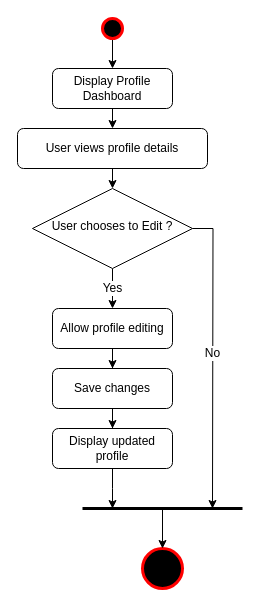
This is page "Profile management" (5 of 15) of Activity Diagram.drawio from shamim36/Final-Defence-Diagram, a draw.io file, before an edit. Source tidied: cells renumbered, new cells numbered last; positions are measured from the earlier drawing's top-left corner, leaving out a move shared by most shapes. Both pictures are drawn from the tidied source at 100%, with x=0, y=0 at pixel (17, 18).
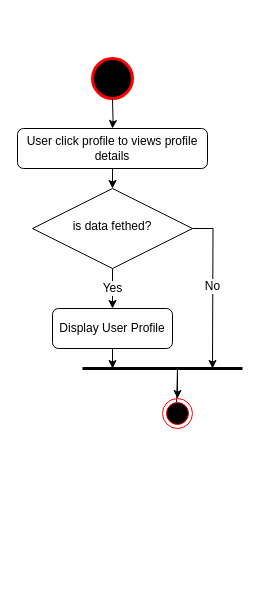
Above is the later version.

Change to the diagram source:
```diff
@@
-    <mxCell id="2" style="edgeStyle=orthogonalEdgeStyle;rounded=0;jettySize=auto;html=1;exitX=0.5;exitY=1;exitDx=0;exitDy=0;entryX=0.5;entryY=0;entryDx=0;entryDy=0;fontFamily=Helvetica;fontSize=12;fontColor=default;" parent="1" edge="1" source="3" target="10">
-      <mxGeometry relative="1" as="geometry" />
-    </mxCell>
-    <mxCell id="3" value="Display Profile Dashboard" style="rounded=1;whiteSpace=wrap;html=1;fontSize=12;glass=0;strokeWidth=1;shadow=0;" parent="1" vertex="1">
-      <mxGeometry x="35" y="50" width="120" height="40" as="geometry" />
-    </mxCell>
@@
     <mxCell id="6" style="edgeStyle=orthogonalEdgeStyle;rounded=0;jettySize=auto;html=1;exitX=1;exitY=0.5;exitDx=0;exitDy=0;fontFamily=Helvetica;fontSize=12;fontColor=default;" parent="1" edge="1" source="8">
       <mxGeometry relative="1" as="geometry">
-        <mxPoint x="195" y="490" as="targetPoint" />
+        <mxPoint x="195" y="350" as="targetPoint" />
       </mxGeometry>
     </mxCell>
@@
-    <mxCell id="8" value="User chooses to Edit ?" style="rhombus;whiteSpace=wrap;html=1;shadow=0;fontFamily=Helvetica;fontSize=12;align=center;strokeWidth=1;spacing=6;spacingTop=-4;" parent="1" vertex="1">
+    <mxCell id="8" value="is data fethed?" style="rhombus;whiteSpace=wrap;html=1;shadow=0;fontFamily=Helvetica;fontSize=12;align=center;strokeWidth=1;spacing=6;spacingTop=-4;" parent="1" vertex="1">
       <mxGeometry x="15" y="170" width="160" height="80" as="geometry" />
     </mxCell>
@@
-    <mxCell id="10" value="User views profile details" style="rounded=1;whiteSpace=wrap;html=1;fontSize=12;glass=0;strokeWidth=1;shadow=0;" parent="1" vertex="1">
+    <mxCell id="10" value="User click profile to views profile details" style="rounded=1;whiteSpace=wrap;html=1;fontSize=12;glass=0;strokeWidth=1;shadow=0;" parent="1" vertex="1">
       <mxGeometry y="110" width="190" height="40" as="geometry" />
     </mxCell>
-    <mxCell id="11" style="edgeStyle=orthogonalEdgeStyle;rounded=0;jettySize=auto;html=1;exitX=0.5;exitY=1;exitDx=0;exitDy=0;fontFamily=Helvetica;fontSize=12;fontColor=default;" parent="1" edge="1" source="12">
-      <mxGeometry relative="1" as="geometry">
-        <mxPoint x="95" y="490" as="targetPoint" />
-      </mxGeometry>
-    </mxCell>
-    <mxCell id="12" value="Display updated profile" style="rounded=1;whiteSpace=wrap;html=1;fontSize=12;glass=0;strokeWidth=1;shadow=0;" parent="1" vertex="1">
-      <mxGeometry x="35" y="410" width="120" height="40" as="geometry" />
-    </mxCell>
     <mxCell id="13" style="endArrow=none;html=1;rounded=0;strokeWidth=3;" parent="1" edge="1">
       <mxGeometry relative="1" as="geometry">
-        <mxPoint x="65" y="490" as="sourcePoint" />
-        <mxPoint x="225" y="490" as="targetPoint" />
+        <mxPoint x="65" y="350" as="sourcePoint" />
+        <mxPoint x="225" y="350" as="targetPoint" />
       </mxGeometry>
     </mxCell>
     <mxCell id="14" style="strokeWidth=3;html=1;shape=mxgraph.flowchart.start_2;whiteSpace=wrap;sketch=0;fillStyle=solid;strokeColor=light-dark(#FF0000,#EDEDED);align=center;verticalAlign=middle;fontFamily=Helvetica;fontSize=12;fontColor=default;fillColor=#000000;" parent="1" vertex="1">
-      <mxGeometry x="125" y="530" width="40" height="40" as="geometry" />
+      <mxGeometry x="75" y="40" width="40" height="40" as="geometry" />
     </mxCell>
-    <mxCell id="15" style="edgeStyle=orthogonalEdgeStyle;rounded=0;jettySize=auto;html=1;exitX=0.5;exitY=1;exitDx=0;exitDy=0;exitPerimeter=0;fontFamily=Helvetica;fontSize=12;fontColor=default;" parent="1" edge="1" source="16" target="3">
-      <mxGeometry relative="1" as="geometry" />
-    </mxCell>
-    <mxCell id="16" style="strokeWidth=3;html=1;shape=mxgraph.flowchart.start_2;whiteSpace=wrap;sketch=0;fillStyle=solid;strokeColor=light-dark(#FF0000,#EDEDED);align=center;verticalAlign=middle;fontFamily=Helvetica;fontSize=12;fontColor=default;fillColor=#000000;" parent="1" vertex="1">
-      <mxGeometry x="85" width="20" height="20" as="geometry" />
-    </mxCell>
+    <mxCell id="22" style="edgeStyle=orthogonalEdgeStyle;rounded=0;jettySize=auto;html=1;" parent="1" edge="1" target="10">
+      <mxGeometry relative="1" as="geometry">
+        <mxPoint x="95" y="80" as="sourcePoint" />
+      </mxGeometry>
+    </mxCell>
-    <mxCell id="17" style="edgeStyle=orthogonalEdgeStyle;rounded=0;jettySize=auto;html=1;exitX=0.5;exitY=1;exitDx=0;exitDy=0;fontFamily=Helvetica;fontSize=12;fontColor=default;" parent="1" edge="1" source="18" target="20">
-      <mxGeometry relative="1" as="geometry" />
+    <mxCell id="17" style="edgeStyle=orthogonalEdgeStyle;rounded=0;jettySize=auto;html=1;exitX=0.5;exitY=1;exitDx=0;exitDy=0;fontFamily=Helvetica;fontSize=12;fontColor=default;" parent="1" edge="1" source="18">
+      <mxGeometry relative="1" as="geometry">
+        <mxPoint x="95" y="350" as="targetPoint" />
+      </mxGeometry>
     </mxCell>
-    <mxCell id="18" value="Allow profile editing" style="rounded=1;whiteSpace=wrap;html=1;fontSize=12;glass=0;strokeWidth=1;shadow=0;" parent="1" vertex="1">
+    <mxCell id="18" value="Display User Profile" style="rounded=1;whiteSpace=wrap;html=1;fontSize=12;glass=0;strokeWidth=1;shadow=0;" parent="1" vertex="1">
       <mxGeometry x="35" y="290" width="120" height="40" as="geometry" />
     </mxCell>
-    <mxCell id="19" style="edgeStyle=orthogonalEdgeStyle;rounded=0;jettySize=auto;html=1;exitX=0.5;exitY=1;exitDx=0;exitDy=0;fontFamily=Helvetica;fontSize=12;fontColor=default;" parent="1" edge="1" source="20" target="12">
-      <mxGeometry relative="1" as="geometry" />
-    </mxCell>
-    <mxCell id="20" value="Save changes" style="rounded=1;whiteSpace=wrap;html=1;fontSize=12;glass=0;strokeWidth=1;shadow=0;" parent="1" vertex="1">
-      <mxGeometry x="35" y="350" width="120" height="40" as="geometry" />
-    </mxCell>
-    <mxCell id="21" style="endArrow=classic;html=1;rounded=0;fontFamily=Helvetica;fontSize=12;fontColor=default;entryX=0.5;entryY=0;entryDx=0;entryDy=0;entryPerimeter=0;" parent="1" edge="1" target="14">
-      <mxGeometry relative="1" as="geometry">
-        <mxPoint x="145" y="490" as="sourcePoint" />
-      </mxGeometry>
-    </mxCell>
+    <mxCell id="23" style="endArrow=classic;html=1;rounded=0;entryX=0.5;entryY=0;entryDx=0;entryDy=0;exitX=0.467;exitY=0.3;exitDx=0;exitDy=0;exitPerimeter=0;" parent="1" edge="1" source="24" target="24">
+      <mxGeometry relative="1" as="geometry">
+        <Array as="points">
+          <mxPoint x="160" y="350" />
+        </Array>
+      </mxGeometry>
+    </mxCell>
+    <mxCell id="24" style="ellipse;html=1;shape=endState;fillColor=#000000;strokeColor=#ff0000;" parent="1" vertex="1">
+      <mxGeometry x="145" y="380" width="30" height="30" as="geometry" />
+    </mxCell>
```
